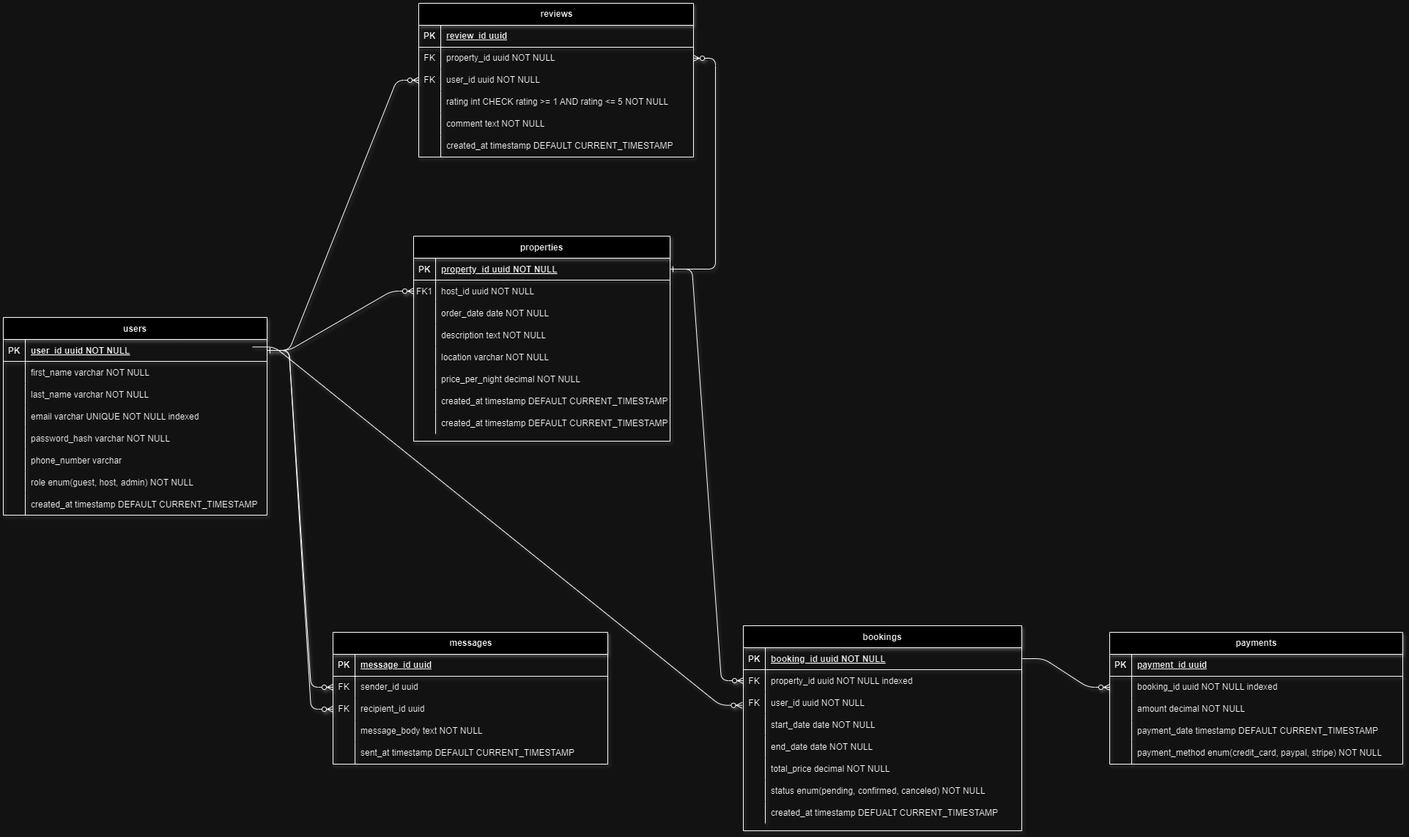
Before: ERD/AirBnB_Clone_ERD.png, a diagram exported from draw.io (shallomkanyori/alx-airbnb-database). Source tidied: cells renumbered, new cells last; positions are measured from the earlier drawing's top-left corner, leaving out a move shared by most shapes.
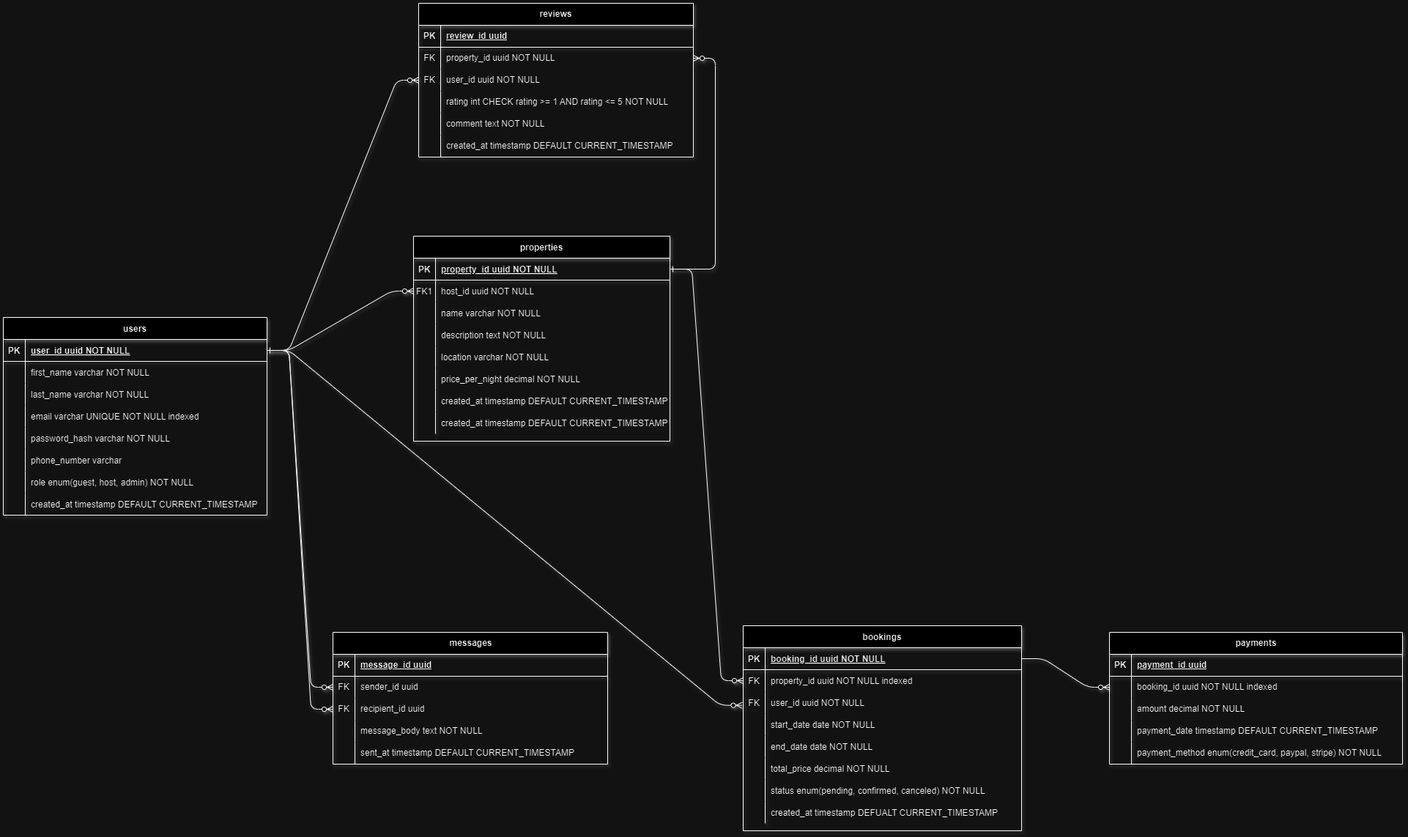
The same diagram one commit later.

Commit message:
Fix wrong column in properties table

Diff of the diagram source:
```diff
@@ -35,7 +35,7 @@
     <mxCell id="12" style="shape=partialRectangle;overflow=hidden;fillColor=none;top=0;left=0;bottom=0;right=0;shadow=1;" parent="11" vertex="1">
       <mxGeometry width="30" height="30" as="geometry" />
     </mxCell>
-    <mxCell id="13" value="order_date date NOT NULL" style="shape=partialRectangle;overflow=hidden;fillColor=none;top=0;left=0;bottom=0;right=0;align=left;spacingLeft=6;shadow=1;" parent="11" vertex="1">
+    <mxCell id="13" value="name varchar NOT NULL" style="shape=partialRectangle;overflow=hidden;fillColor=none;top=0;left=0;bottom=0;right=0;align=left;spacingLeft=6;shadow=1;" parent="11" vertex="1">
       <mxGeometry x="30" width="320" height="30" as="geometry" />
     </mxCell>
     <mxCell id="14" style="shape=partialRectangle;fillColor=none;top=0;left=0;right=0;bottom=0;shadow=1;" parent="4" vertex="1">
@@ -356,8 +356,9 @@
     <mxCell id="117" style="edgeStyle=entityRelationEdgeStyle;fontSize=12;html=1;endArrow=ERzeroToMany;endFill=1;rounded=1;exitX=1;exitY=0.5;exitDx=0;exitDy=0;entryX=0;entryY=0.5;entryDx=0;entryDy=0;curved=0;shadow=1;" parent="1" edge="1" source="55" target="107">
       <mxGeometry relative="1" as="geometry" />
     </mxCell>
-    <mxCell id="118" style="edgeStyle=entityRelationEdgeStyle;fontSize=12;html=1;endArrow=ERzeroToMany;endFill=1;rounded=1;exitX=0.945;exitY=0.344;exitDx=0;exitDy=0;exitPerimeter=0;entryX=-0.004;entryY=0.622;entryDx=0;entryDy=0;entryPerimeter=0;curved=0;shadow=1;" parent="1" edge="1" source="55" target="36">
+    <mxCell id="118" style="edgeStyle=entityRelationEdgeStyle;fontSize=12;html=1;endArrow=ERzeroToMany;endFill=1;rounded=1;entryX=-0.004;entryY=0.622;entryDx=0;entryDy=0;entryPerimeter=0;curved=0;shadow=1;" parent="1" edge="1" target="36">
       <mxGeometry relative="1" as="geometry">
+        <mxPoint x="360" y="474" as="sourcePoint" />
         <Array as="points">
           <mxPoint x="720" y="749" />
           <mxPoint x="610" y="759" />
```
